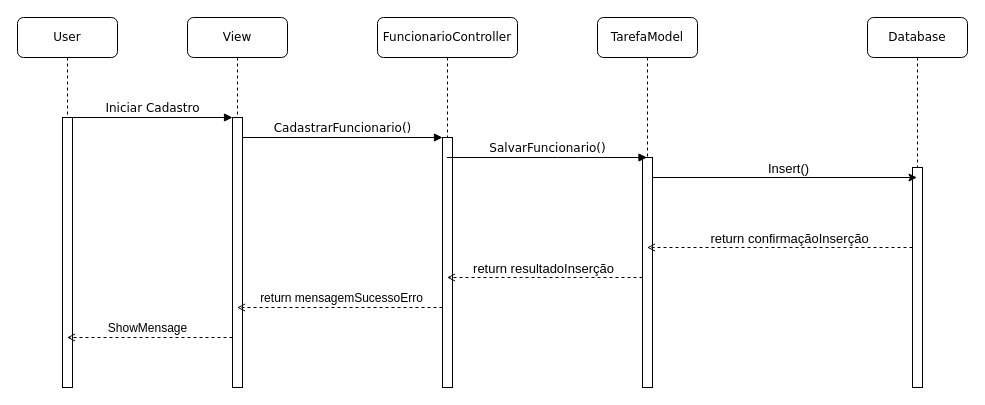
Earlier version of the draw.io diagram docs/DiagramaSequenciaCadastroFuncionario.drawio (GabrielWhite96/TaskLy_LPS). Source tidied: cells renumbered, new cells numbered last; positions are measured from the earlier drawing's top-left corner, leaving out a move shared by most shapes. Both pictures are drawn from the tidied source at 100%, with x=0, y=0 at pixel (17, 17).
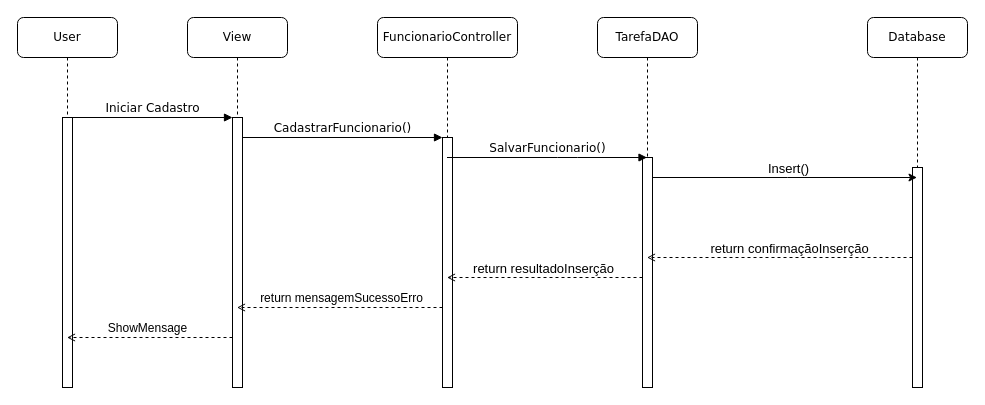
The same page after the edit.

Unchanged cells that the change refers to:
```xml
<mxCell id="9" style="html=1;points=[];perimeter=orthogonalPerimeter;rounded=0;shadow=0;comic=0;labelBackgroundColor=none;strokeWidth=1;fontFamily=Verdana;fontSize=12;align=center;" parent="8" vertex="1">
  <mxGeometry x="45" y="150" width="10" height="220" as="geometry" />
</mxCell>
```

Diff of the diagram source:
```diff
@@
-    <mxCell id="6" value="TarefaModel " style="shape=umlLifeline;perimeter=lifelinePerimeter;whiteSpace=wrap;html=1;outlineConnect=0;rounded=1;shadow=0;comic=0;labelBackgroundColor=none;strokeWidth=1;fontFamily=Verdana;fontSize=12;align=center;" parent="1" vertex="1">
+    <mxCell id="6" value="TarefaDAO" style="shape=umlLifeline;perimeter=lifelinePerimeter;whiteSpace=wrap;html=1;outlineConnect=0;rounded=1;shadow=0;comic=0;labelBackgroundColor=none;strokeWidth=1;fontFamily=Verdana;fontSize=12;align=center;" parent="1" vertex="1">
       <mxGeometry x="580" width="100" height="370" as="geometry" />
     </mxCell>
@@
     <mxCell id="15" style="edgeStyle=orthogonalEdgeStyle;rounded=0;jettySize=auto;html=1;dashed=1;endArrow=open;endFill=0;" parent="1" edge="1" source="9" target="6">
       <mxGeometry relative="1" as="geometry">
         <Array as="points">
-          <mxPoint x="770" y="230" />
-          <mxPoint x="770" y="230" />
+          <mxPoint x="760" y="240" />
+          <mxPoint x="760" y="240" />
         </Array>
       </mxGeometry>
     </mxCell>
```
